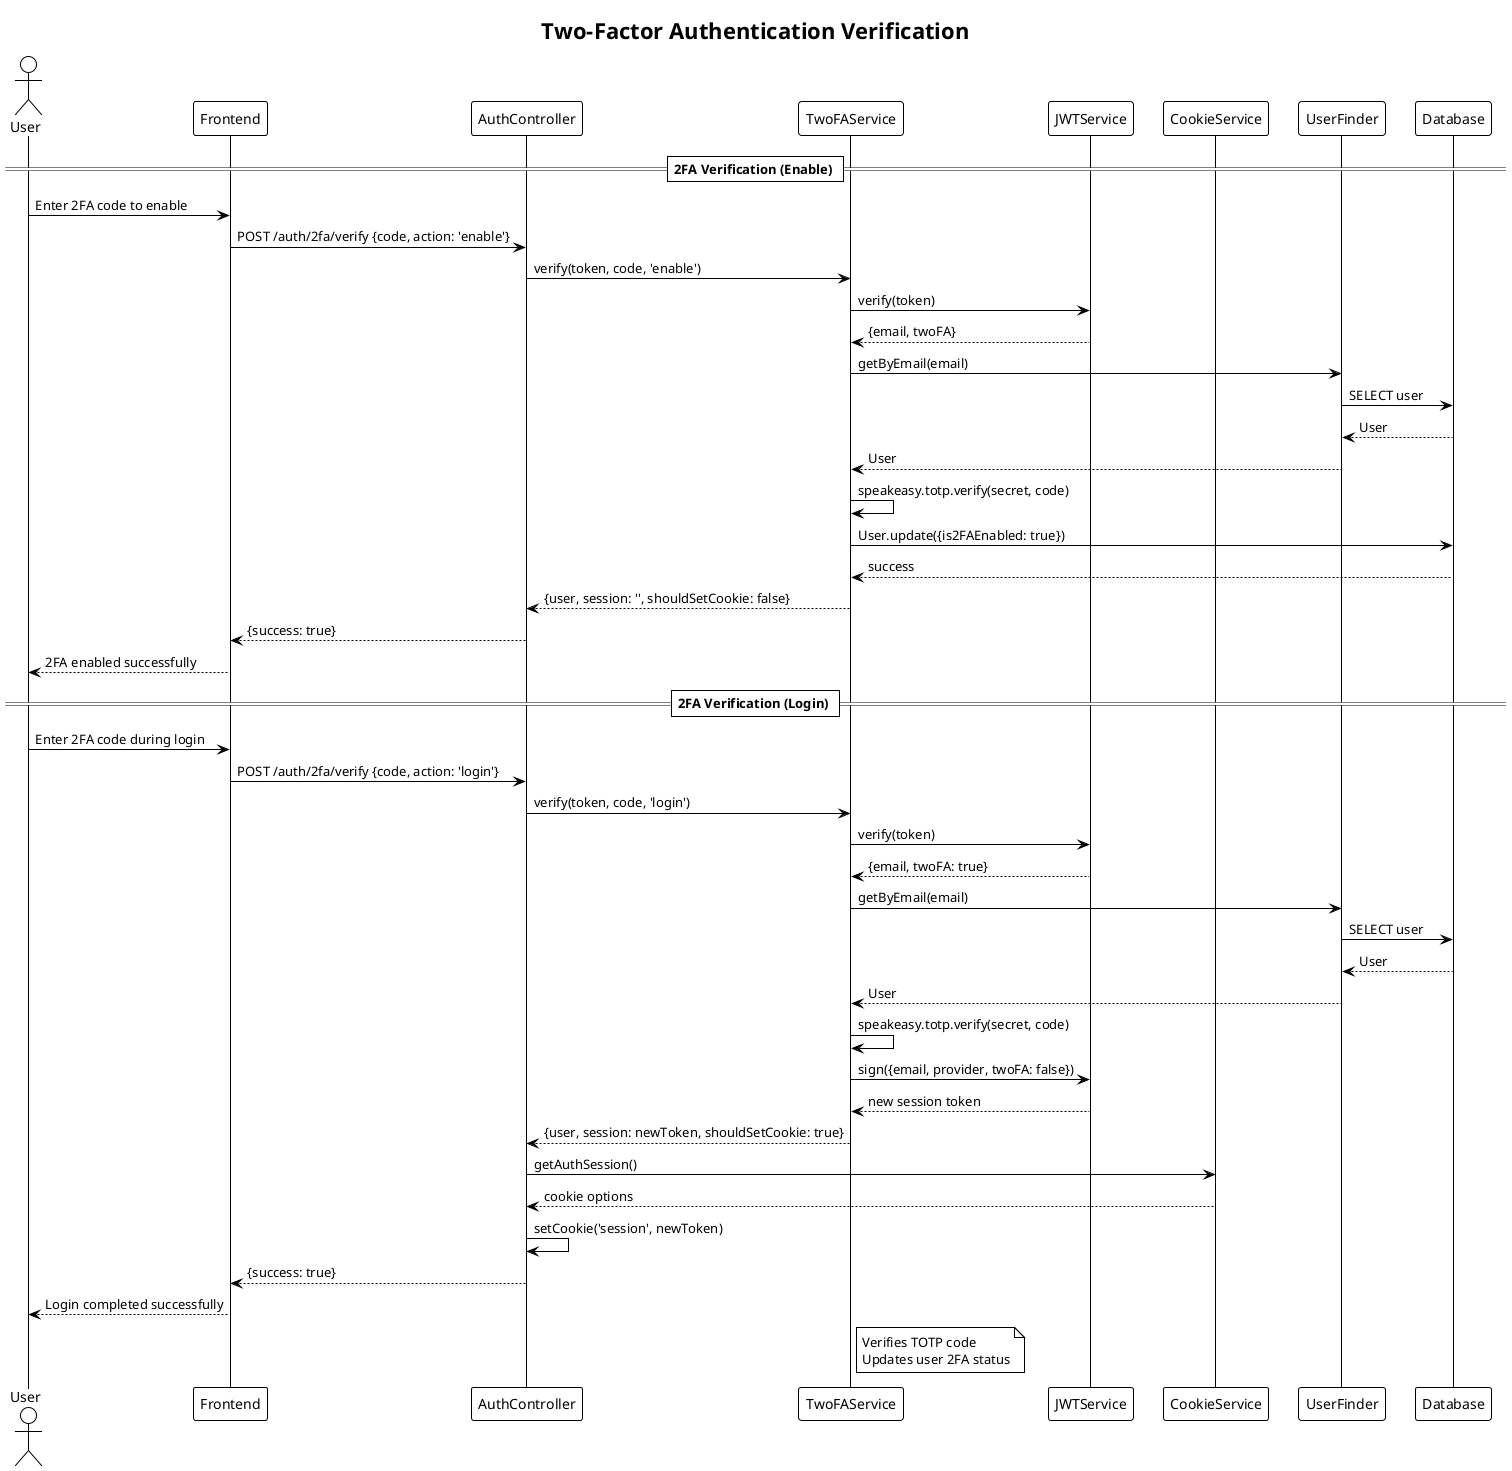
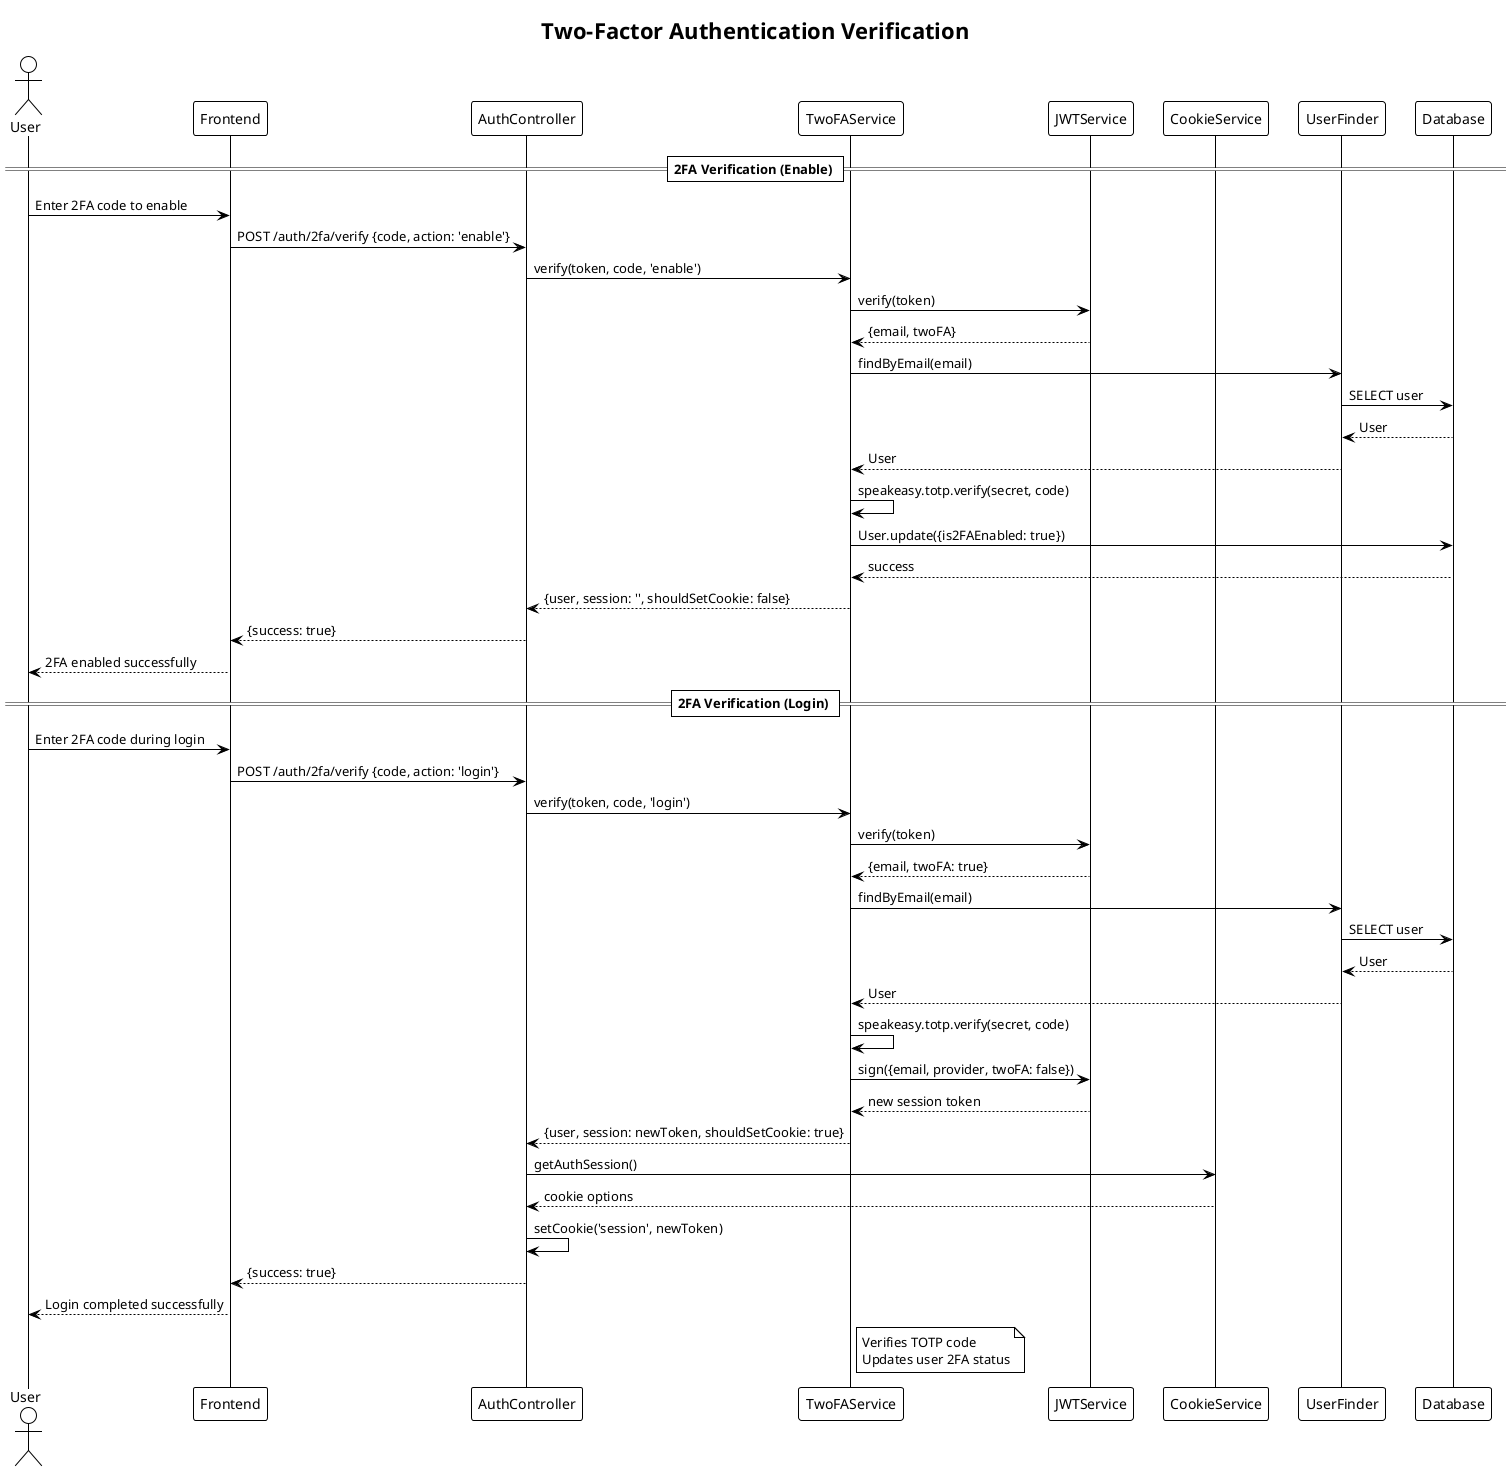
@startuml 2FA Verification Flow
!theme plain
title Two-Factor Authentication Verification

actor User
participant "Frontend" as FE
participant "AuthController" as AC
participant "TwoFAService" as TFA
participant "JWTService" as JWT
participant "CookieService" as CS
participant "UserFinder" as UF
participant "Database" as DB

== 2FA Verification (Enable) ==
User -> FE: Enter 2FA code to enable
FE -> AC: POST /auth/2fa/verify {code, action: 'enable'}
AC -> TFA: verify(token, code, 'enable')
TFA -> JWT: verify(token)
JWT --> TFA: {email, twoFA}
- TFA -> UF: getByEmail(email)
+ TFA -> UF: findByEmail(email)
UF -> DB: SELECT user
DB --> UF: User
UF --> TFA: User
TFA -> TFA: speakeasy.totp.verify(secret, code)
TFA -> DB: User.update({is2FAEnabled: true})
DB --> TFA: success
TFA --> AC: {user, session: '', shouldSetCookie: false}
AC --> FE: {success: true}
FE --> User: 2FA enabled successfully

== 2FA Verification (Login) ==
User -> FE: Enter 2FA code during login
FE -> AC: POST /auth/2fa/verify {code, action: 'login'}
AC -> TFA: verify(token, code, 'login')
TFA -> JWT: verify(token)
JWT --> TFA: {email, twoFA: true}
- TFA -> UF: getByEmail(email)
+ TFA -> UF: findByEmail(email)
UF -> DB: SELECT user
DB --> UF: User
UF --> TFA: User
TFA -> TFA: speakeasy.totp.verify(secret, code)
TFA -> JWT: sign({email, provider, twoFA: false})
JWT --> TFA: new session token
TFA --> AC: {user, session: newToken, shouldSetCookie: true}
AC -> CS: getAuthSession()
CS --> AC: cookie options
AC -> AC: setCookie('session', newToken)
AC --> FE: {success: true}
FE --> User: Login completed successfully

note right of TFA: Verifies TOTP code\nUpdates user 2FA status

@enduml
